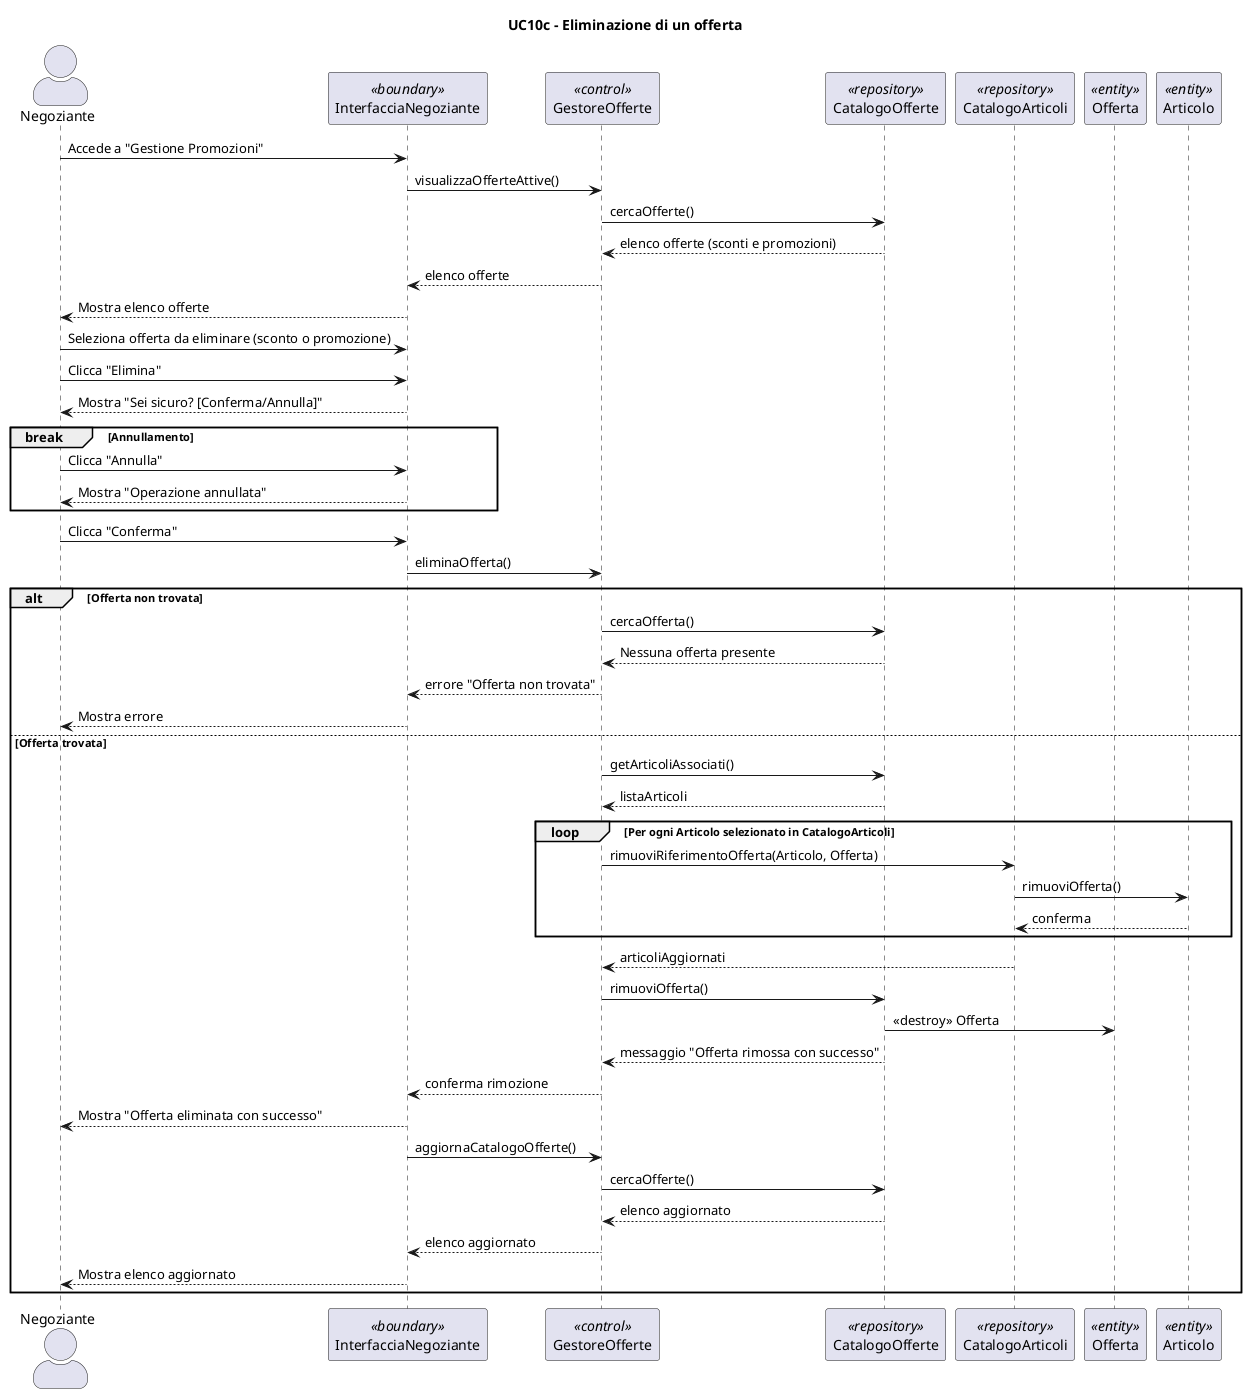
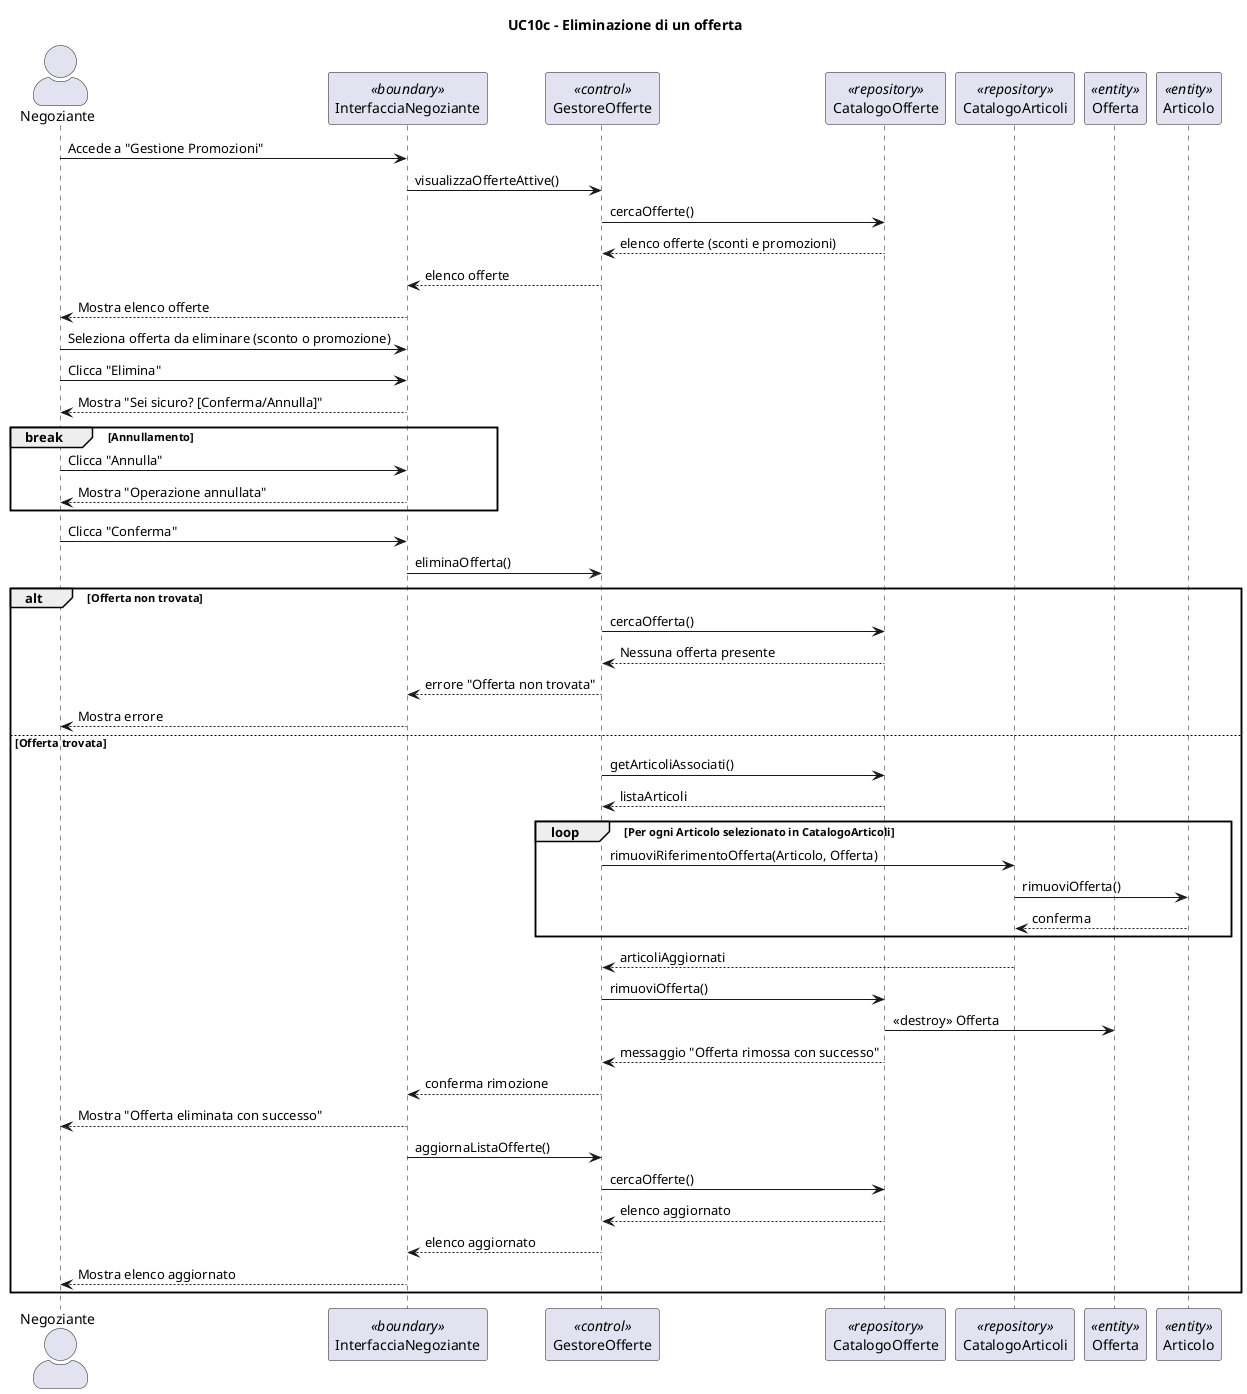
@startuml
title UC10c - Eliminazione di un offerta
skinparam actorStyle awesome

actor Negoziante as N
participant "InterfacciaNegoziante" as IN <<boundary>>
participant "GestoreOfferte" as G <<control>>
participant "CatalogoOfferte" as CO <<repository>>
participant "CatalogoArticoli" as CA <<repository>>
participant "Offerta" as O <<entity>>
participant "Articolo" as Articolo <<entity>>

N -> IN: Accede a "Gestione Promozioni"
IN -> G: visualizzaOfferteAttive()
G -> CO: cercaOfferte()
CO --> G: elenco offerte (sconti e promozioni)
G --> IN: elenco offerte
IN --> N: Mostra elenco offerte

N -> IN: Seleziona offerta da eliminare (sconto o promozione)
N -> IN: Clicca "Elimina"

IN --> N: Mostra "Sei sicuro? [Conferma/Annulla]"

break Annullamento
    N -> IN: Clicca "Annulla"
    IN --> N: Mostra "Operazione annullata"
end

N -> IN: Clicca "Conferma"
IN -> G: eliminaOfferta()

alt Offerta non trovata
    G -> CO: cercaOfferta()
    CO --> G: Nessuna offerta presente
    G --> IN: errore "Offerta non trovata"
    IN --> N: Mostra errore

else Offerta trovata
    G -> CO: getArticoliAssociati()
    CO --> G: listaArticoli

        loop Per ogni Articolo selezionato in CatalogoArticoli
            G -> CA: rimuoviRiferimentoOfferta(Articolo, Offerta)
            CA -> Articolo: rimuoviOfferta()
            Articolo --> CA: conferma
        end
        CA --> G: articoliAggiornati

    G -> CO: rimuoviOfferta()
    CO -> O: <<destroy>> Offerta
    CO --> G: messaggio "Offerta rimossa con successo"

    G --> IN: conferma rimozione
    IN --> N: Mostra "Offerta eliminata con successo"

-     IN -> G: aggiornaCatalogoOfferte()
+     IN -> G: aggiornaListaOfferte()
    G -> CO: cercaOfferte()
    CO --> G: elenco aggiornato
    G --> IN: elenco aggiornato
    IN --> N: Mostra elenco aggiornato
end
@enduml